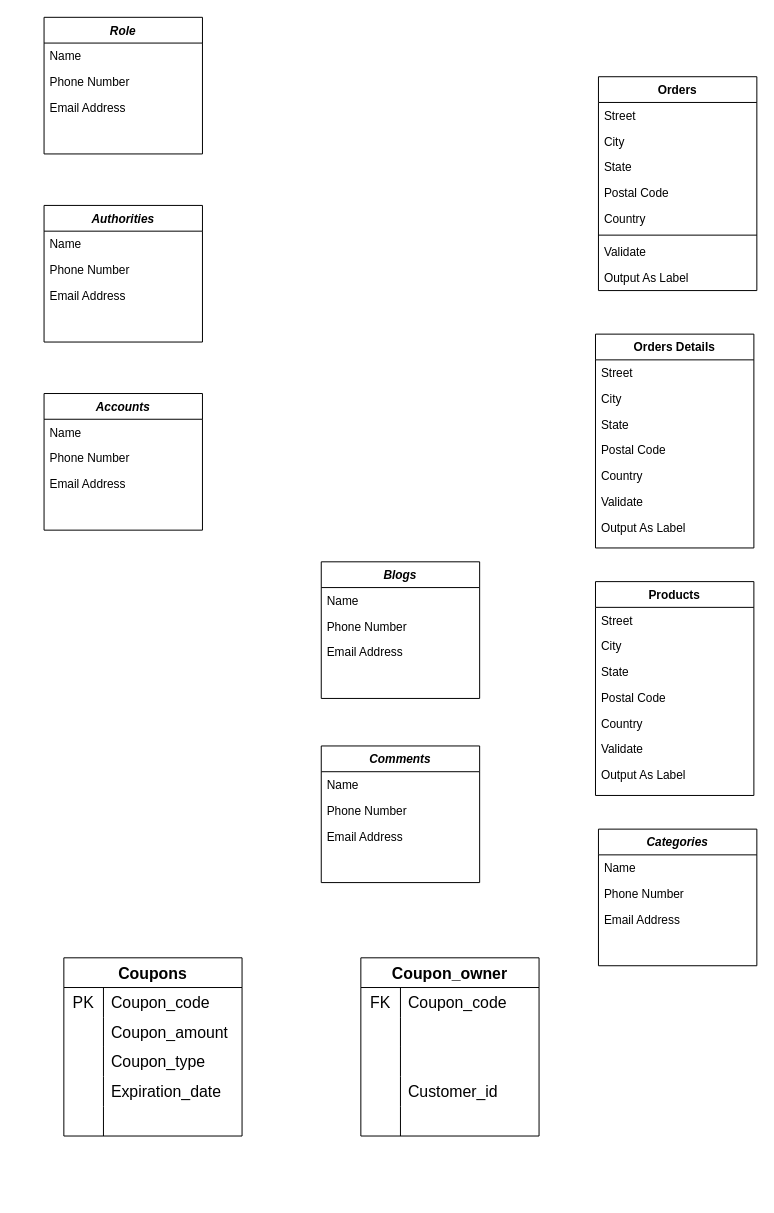
khanhnh2420/DATN-GameVH-Store keeps this draw.io diagram as DATN_Document/Biểu đồ không có tiêu đề.drawio. Above is the earlier version. Source tidied: cells renumbered, new cells numbered last; positions are measured from the earlier drawing's top-left corner, leaving out a move shared by most shapes. Both pictures are drawn from the tidied source at 99%, with x=0, y=0 at pixel (44, 17).
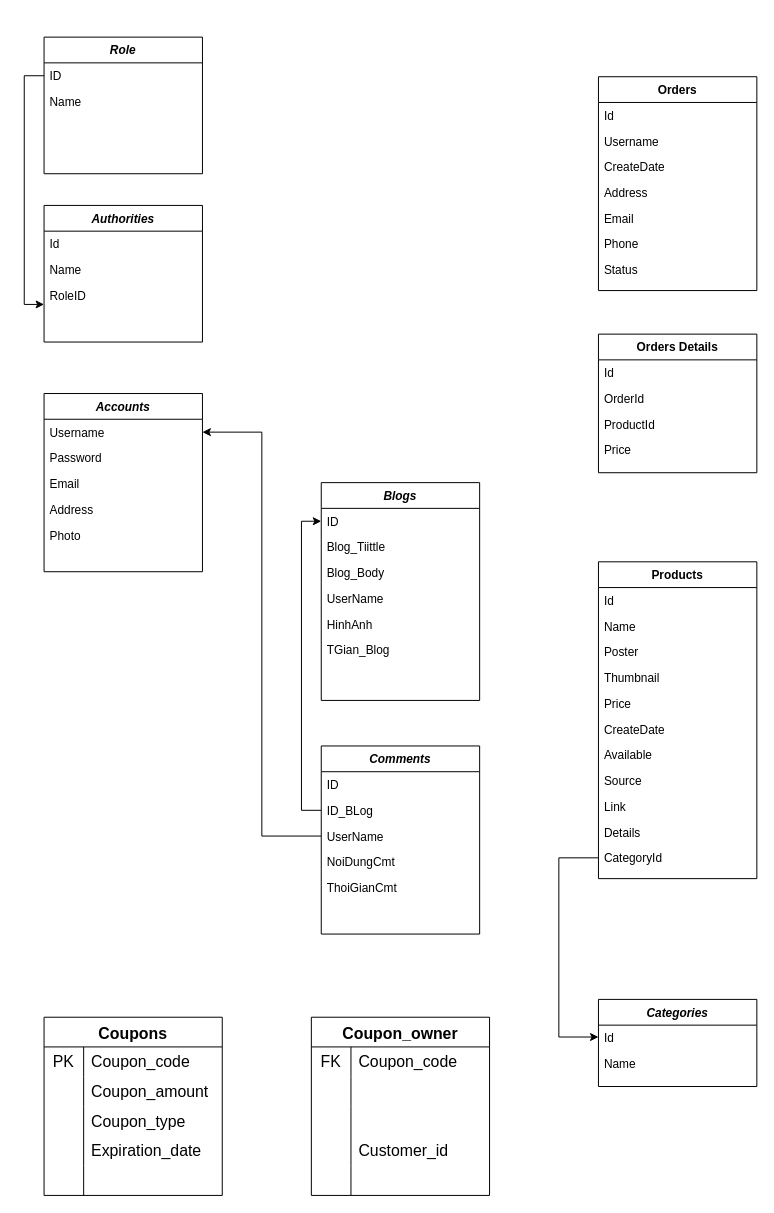
After the change.

Commit message:
Cập nhật Biểu đồ không có tiêu đề.drawio

The change refers to these unchanged cells:
```xml
<mxCell id="14" value="Orders" style="swimlane;fontStyle=1;align=center;verticalAlign=top;horizontal=1;startSize=26;rounded=0;shadow=0;strokeWidth=1;" parent="1" vertex="1">
  <mxGeometry x="560" y="60" width="160" height="216" as="geometry" />
</mxCell>
<mxCell id="31" value="Authorities" style="swimlane;fontStyle=3;align=center;verticalAlign=top;horizontal=1;startSize=26;rounded=0;shadow=0;strokeWidth=1;" parent="1" vertex="1">
  <mxGeometry y="190" width="160" height="138" as="geometry" />
</mxCell>
```

The edit, as a diff of the source:
```diff
@@
     <mxCell id="2" value="Accounts" style="swimlane;fontStyle=3;align=center;verticalAlign=top;horizontal=1;startSize=26;rounded=0;shadow=0;strokeWidth=1;" parent="1" vertex="1">
-      <mxGeometry y="380" width="160" height="138" as="geometry" />
+      <mxGeometry y="380" width="160" height="180" as="geometry" />
     </mxCell>
-    <mxCell id="3" value="Name" style="text;align=left;verticalAlign=top;spacingLeft=4;spacingRight=4;overflow=hidden;points=[[0,0.5],[1,0.5]];portConstraint=eastwest;" parent="2" vertex="1">
+    <mxCell id="3" value="Username" style="text;align=left;verticalAlign=top;spacingLeft=4;spacingRight=4;overflow=hidden;points=[[0,0.5],[1,0.5]];portConstraint=eastwest;" parent="2" vertex="1">
       <mxGeometry y="26" width="160" height="26" as="geometry" />
     </mxCell>
-    <mxCell id="4" value="Phone Number" style="text;align=left;verticalAlign=top;spacingLeft=4;spacingRight=4;overflow=hidden;rounded=0;shadow=0;html=0;" parent="2" vertex="1">
+    <mxCell id="4" value="Password" style="text;align=left;verticalAlign=top;spacingLeft=4;spacingRight=4;overflow=hidden;rounded=0;shadow=0;html=0;" parent="2" vertex="1">
       <mxGeometry y="52" width="160" height="26" as="geometry" />
     </mxCell>
-    <mxCell id="5" value="Email Address" style="text;align=left;verticalAlign=top;spacingLeft=4;spacingRight=4;overflow=hidden;rounded=0;shadow=0;html=0;" parent="2" vertex="1">
+    <mxCell id="5" value="Email" style="text;align=left;verticalAlign=top;spacingLeft=4;spacingRight=4;overflow=hidden;rounded=0;shadow=0;html=0;" parent="2" vertex="1">
       <mxGeometry y="78" width="160" height="26" as="geometry" />
     </mxCell>
+    <mxCell id="83" value="Address" style="text;align=left;verticalAlign=top;spacingLeft=4;spacingRight=4;overflow=hidden;rounded=0;shadow=0;html=0;" parent="2" vertex="1">
+      <mxGeometry y="104" width="160" height="26" as="geometry" />
+    </mxCell>
+    <mxCell id="84" value="Photo" style="text;align=left;verticalAlign=top;spacingLeft=4;spacingRight=4;overflow=hidden;rounded=0;shadow=0;html=0;" parent="2" vertex="1">
+      <mxGeometry y="130" width="160" height="26" as="geometry" />
+    </mxCell>
     <mxCell id="6" value="Products" style="swimlane;fontStyle=1;align=center;verticalAlign=top;horizontal=1;startSize=26;rounded=0;shadow=0;strokeWidth=1;" parent="1" vertex="1">
-      <mxGeometry x="557" y="570" width="160" height="216" as="geometry" />
+      <mxGeometry x="560" y="550" width="160" height="320" as="geometry" />
     </mxCell>
-    <mxCell id="7" value="Street" style="text;align=left;verticalAlign=top;spacingLeft=4;spacingRight=4;overflow=hidden;" parent="6" vertex="1">
+    <mxCell id="7" value="Id" style="text;align=left;verticalAlign=top;spacingLeft=4;spacingRight=4;overflow=hidden;" parent="6" vertex="1">
       <mxGeometry y="26" width="160" height="26" as="geometry" />
     </mxCell>
-    <mxCell id="8" value="City" style="text;align=left;verticalAlign=top;spacingLeft=4;spacingRight=4;overflow=hidden;rounded=0;shadow=0;html=0;" parent="6" vertex="1">
+    <mxCell id="8" value="Name" style="text;align=left;verticalAlign=top;spacingLeft=4;spacingRight=4;overflow=hidden;rounded=0;shadow=0;html=0;" parent="6" vertex="1">
       <mxGeometry y="52" width="160" height="26" as="geometry" />
     </mxCell>
-    <mxCell id="9" value="State" style="text;align=left;verticalAlign=top;spacingLeft=4;spacingRight=4;overflow=hidden;rounded=0;shadow=0;html=0;" parent="6" vertex="1">
+    <mxCell id="9" value="Poster" style="text;align=left;verticalAlign=top;spacingLeft=4;spacingRight=4;overflow=hidden;rounded=0;shadow=0;html=0;" parent="6" vertex="1">
       <mxGeometry y="78" width="160" height="26" as="geometry" />
     </mxCell>
-    <mxCell id="10" value="Postal Code" style="text;align=left;verticalAlign=top;spacingLeft=4;spacingRight=4;overflow=hidden;rounded=0;shadow=0;html=0;" parent="6" vertex="1">
+    <mxCell id="10" value="Thumbnail" style="text;align=left;verticalAlign=top;spacingLeft=4;spacingRight=4;overflow=hidden;rounded=0;shadow=0;html=0;" parent="6" vertex="1">
       <mxGeometry y="104" width="160" height="26" as="geometry" />
     </mxCell>
-    <mxCell id="11" value="Country" style="text;align=left;verticalAlign=top;spacingLeft=4;spacingRight=4;overflow=hidden;rounded=0;shadow=0;html=0;" parent="6" vertex="1">
+    <mxCell id="11" value="Price" style="text;align=left;verticalAlign=top;spacingLeft=4;spacingRight=4;overflow=hidden;rounded=0;shadow=0;html=0;" parent="6" vertex="1">
       <mxGeometry y="130" width="160" height="26" as="geometry" />
     </mxCell>
-    <mxCell id="12" value="Validate" style="text;align=left;verticalAlign=top;spacingLeft=4;spacingRight=4;overflow=hidden;" parent="6" vertex="1">
+    <mxCell id="12" value="CreateDate" style="text;align=left;verticalAlign=top;spacingLeft=4;spacingRight=4;overflow=hidden;" parent="6" vertex="1">
       <mxGeometry y="156" width="160" height="26" as="geometry" />
     </mxCell>
-    <mxCell id="13" value="Output As Label" style="text;align=left;verticalAlign=top;spacingLeft=4;spacingRight=4;overflow=hidden;" parent="6" vertex="1">
+    <mxCell id="13" value="Available" style="text;align=left;verticalAlign=top;spacingLeft=4;spacingRight=4;overflow=hidden;" parent="6" vertex="1">
       <mxGeometry y="182" width="160" height="26" as="geometry" />
     </mxCell>
+    <mxCell id="85" value="Source" style="text;align=left;verticalAlign=top;spacingLeft=4;spacingRight=4;overflow=hidden;" parent="6" vertex="1">
+      <mxGeometry y="208" width="160" height="26" as="geometry" />
+    </mxCell>
+    <mxCell id="86" value="Link" style="text;align=left;verticalAlign=top;spacingLeft=4;spacingRight=4;overflow=hidden;" parent="6" vertex="1">
+      <mxGeometry y="234" width="160" height="26" as="geometry" />
+    </mxCell>
+    <mxCell id="87" value="Details" style="text;align=left;verticalAlign=top;spacingLeft=4;spacingRight=4;overflow=hidden;" parent="6" vertex="1">
+      <mxGeometry y="260" width="160" height="26" as="geometry" />
+    </mxCell>
+    <mxCell id="88" value="CategoryId" style="text;align=left;verticalAlign=top;spacingLeft=4;spacingRight=4;overflow=hidden;points=[[0,0.5],[1,0.5]];portConstraint=eastwest;" parent="6" vertex="1">
+      <mxGeometry y="286" width="160" height="26" as="geometry" />
+    </mxCell>
@@
-    <mxCell id="15" value="Street" style="text;align=left;verticalAlign=top;spacingLeft=4;spacingRight=4;overflow=hidden;" parent="14" vertex="1">
+    <mxCell id="15" value="Id" style="text;align=left;verticalAlign=top;spacingLeft=4;spacingRight=4;overflow=hidden;" parent="14" vertex="1">
       <mxGeometry y="26" width="160" height="26" as="geometry" />
     </mxCell>
-    <mxCell id="16" value="City" style="text;align=left;verticalAlign=top;spacingLeft=4;spacingRight=4;overflow=hidden;rounded=0;shadow=0;html=0;" parent="14" vertex="1">
+    <mxCell id="16" value="Username" style="text;align=left;verticalAlign=top;spacingLeft=4;spacingRight=4;overflow=hidden;rounded=0;shadow=0;html=0;" parent="14" vertex="1">
       <mxGeometry y="52" width="160" height="26" as="geometry" />
     </mxCell>
-    <mxCell id="17" value="State" style="text;align=left;verticalAlign=top;spacingLeft=4;spacingRight=4;overflow=hidden;rounded=0;shadow=0;html=0;" parent="14" vertex="1">
+    <mxCell id="17" value="CreateDate" style="text;align=left;verticalAlign=top;spacingLeft=4;spacingRight=4;overflow=hidden;rounded=0;shadow=0;html=0;" parent="14" vertex="1">
       <mxGeometry y="78" width="160" height="26" as="geometry" />
     </mxCell>
-    <mxCell id="18" value="Postal Code" style="text;align=left;verticalAlign=top;spacingLeft=4;spacingRight=4;overflow=hidden;rounded=0;shadow=0;html=0;" parent="14" vertex="1">
+    <mxCell id="18" value="Address" style="text;align=left;verticalAlign=top;spacingLeft=4;spacingRight=4;overflow=hidden;rounded=0;shadow=0;html=0;" parent="14" vertex="1">
       <mxGeometry y="104" width="160" height="26" as="geometry" />
     </mxCell>
-    <mxCell id="19" value="Country" style="text;align=left;verticalAlign=top;spacingLeft=4;spacingRight=4;overflow=hidden;rounded=0;shadow=0;html=0;" parent="14" vertex="1">
+    <mxCell id="19" value="Email" style="text;align=left;verticalAlign=top;spacingLeft=4;spacingRight=4;overflow=hidden;rounded=0;shadow=0;html=0;" parent="14" vertex="1">
       <mxGeometry y="130" width="160" height="26" as="geometry" />
     </mxCell>
-    <mxCell id="20" style="line;html=1;strokeWidth=1;align=left;verticalAlign=middle;spacingTop=-1;spacingLeft=3;spacingRight=3;labelPosition=right;" parent="14" vertex="1">
-      <mxGeometry y="156" width="160" height="8" as="geometry" />
-    </mxCell>
-    <mxCell id="21" value="Validate" style="text;align=left;verticalAlign=top;spacingLeft=4;spacingRight=4;overflow=hidden;" parent="14" vertex="1">
-      <mxGeometry y="164" width="160" height="26" as="geometry" />
+    <mxCell id="21" value="Phone" style="text;align=left;verticalAlign=top;spacingLeft=4;spacingRight=4;overflow=hidden;" parent="14" vertex="1">
+      <mxGeometry y="156" width="160" height="26" as="geometry" />
     </mxCell>
-    <mxCell id="22" value="Output As Label" style="text;align=left;verticalAlign=top;spacingLeft=4;spacingRight=4;overflow=hidden;" parent="14" vertex="1">
-      <mxGeometry y="190" width="160" height="26" as="geometry" />
+    <mxCell id="22" value="Status" style="text;align=left;verticalAlign=top;spacingLeft=4;spacingRight=4;overflow=hidden;" parent="14" vertex="1">
+      <mxGeometry y="182" width="160" height="26" as="geometry" />
     </mxCell>
     <mxCell id="23" value="Orders Details" style="swimlane;fontStyle=1;align=center;verticalAlign=top;horizontal=1;startSize=26;rounded=0;shadow=0;strokeWidth=1;" parent="1" vertex="1">
-      <mxGeometry x="557" y="320" width="160" height="216" as="geometry" />
+      <mxGeometry x="560" y="320" width="160" height="140" as="geometry" />
     </mxCell>
-    <mxCell id="24" value="Street" style="text;align=left;verticalAlign=top;spacingLeft=4;spacingRight=4;overflow=hidden;" parent="23" vertex="1">
+    <mxCell id="24" value="Id" style="text;align=left;verticalAlign=top;spacingLeft=4;spacingRight=4;overflow=hidden;" parent="23" vertex="1">
       <mxGeometry y="26" width="160" height="26" as="geometry" />
     </mxCell>
-    <mxCell id="25" value="City" style="text;align=left;verticalAlign=top;spacingLeft=4;spacingRight=4;overflow=hidden;rounded=0;shadow=0;html=0;" parent="23" vertex="1">
+    <mxCell id="25" value="OrderId" style="text;align=left;verticalAlign=top;spacingLeft=4;spacingRight=4;overflow=hidden;rounded=0;shadow=0;html=0;" parent="23" vertex="1">
       <mxGeometry y="52" width="160" height="26" as="geometry" />
     </mxCell>
-    <mxCell id="26" value="State" style="text;align=left;verticalAlign=top;spacingLeft=4;spacingRight=4;overflow=hidden;rounded=0;shadow=0;html=0;" parent="23" vertex="1">
+    <mxCell id="26" value="ProductId" style="text;align=left;verticalAlign=top;spacingLeft=4;spacingRight=4;overflow=hidden;rounded=0;shadow=0;html=0;" parent="23" vertex="1">
       <mxGeometry y="78" width="160" height="26" as="geometry" />
     </mxCell>
-    <mxCell id="27" value="Postal Code" style="text;align=left;verticalAlign=top;spacingLeft=4;spacingRight=4;overflow=hidden;rounded=0;shadow=0;html=0;" parent="23" vertex="1">
+    <mxCell id="27" value="Price" style="text;align=left;verticalAlign=top;spacingLeft=4;spacingRight=4;overflow=hidden;rounded=0;shadow=0;html=0;" parent="23" vertex="1">
       <mxGeometry y="104" width="160" height="26" as="geometry" />
     </mxCell>
-    <mxCell id="28" value="Country" style="text;align=left;verticalAlign=top;spacingLeft=4;spacingRight=4;overflow=hidden;rounded=0;shadow=0;html=0;" parent="23" vertex="1">
-      <mxGeometry y="130" width="160" height="26" as="geometry" />
-    </mxCell>
-    <mxCell id="29" value="Validate" style="text;align=left;verticalAlign=top;spacingLeft=4;spacingRight=4;overflow=hidden;" parent="23" vertex="1">
-      <mxGeometry y="156" width="160" height="26" as="geometry" />
-    </mxCell>
-    <mxCell id="30" value="Output As Label" style="text;align=left;verticalAlign=top;spacingLeft=4;spacingRight=4;overflow=hidden;" parent="23" vertex="1">
-      <mxGeometry y="182" width="160" height="26" as="geometry" />
-    </mxCell>
@@
+    <mxCell id="33" value="Id" style="text;align=left;verticalAlign=top;spacingLeft=4;spacingRight=4;overflow=hidden;rounded=0;shadow=0;html=0;" parent="31" vertex="1">
+      <mxGeometry y="26" width="160" height="26" as="geometry" />
+    </mxCell>
     <mxCell id="32" value="Name" style="text;align=left;verticalAlign=top;spacingLeft=4;spacingRight=4;overflow=hidden;" parent="31" vertex="1">
-      <mxGeometry y="26" width="160" height="26" as="geometry" />
+      <mxGeometry y="52" width="160" height="26" as="geometry" />
     </mxCell>
-    <mxCell id="33" value="Phone Number" style="text;align=left;verticalAlign=top;spacingLeft=4;spacingRight=4;overflow=hidden;rounded=0;shadow=0;html=0;" parent="31" vertex="1">
-      <mxGeometry y="52" width="160" height="26" as="geometry" />
-    </mxCell>
-    <mxCell id="34" value="Email Address" style="text;align=left;verticalAlign=top;spacingLeft=4;spacingRight=4;overflow=hidden;rounded=0;shadow=0;html=0;" parent="31" vertex="1">
+    <mxCell id="34" value="RoleID" style="text;align=left;verticalAlign=top;spacingLeft=4;spacingRight=4;overflow=hidden;rounded=0;shadow=0;html=0;" parent="31" vertex="1">
       <mxGeometry y="78" width="160" height="26" as="geometry" />
     </mxCell>
     <mxCell id="35" value="Role" style="swimlane;fontStyle=3;align=center;verticalAlign=top;horizontal=1;startSize=26;rounded=0;shadow=0;strokeWidth=1;" parent="1" vertex="1">
-      <mxGeometry width="160" height="138" as="geometry" />
+      <mxGeometry y="20" width="160" height="138" as="geometry" />
     </mxCell>
+    <mxCell id="89" style="edgeStyle=orthogonalEdgeStyle;rounded=0;jettySize=auto;html=1;" parent="35" edge="1" source="37">
+      <mxGeometry relative="1" as="geometry">
+        <mxPoint y="270" as="targetPoint" />
+        <Array as="points">
+          <mxPoint x="-20" y="39" />
+          <mxPoint x="-20" y="270" />
+        </Array>
+      </mxGeometry>
+    </mxCell>
+    <mxCell id="37" value="ID" style="text;align=left;verticalAlign=top;spacingLeft=4;spacingRight=4;overflow=hidden;points=[[0,0.5],[1,0.5]];portConstraint=eastwest;rounded=0;shadow=0;html=0;" parent="35" vertex="1">
+      <mxGeometry y="26" width="160" height="26" as="geometry" />
+    </mxCell>
     <mxCell id="36" value="Name" style="text;align=left;verticalAlign=top;spacingLeft=4;spacingRight=4;overflow=hidden;" parent="35" vertex="1">
-      <mxGeometry y="26" width="160" height="26" as="geometry" />
+      <mxGeometry y="52" width="160" height="26" as="geometry" />
     </mxCell>
-    <mxCell id="37" value="Phone Number" style="text;align=left;verticalAlign=top;spacingLeft=4;spacingRight=4;overflow=hidden;points=[[0,0.5],[1,0.5]];portConstraint=eastwest;rounded=0;shadow=0;html=0;" parent="35" vertex="1">
-      <mxGeometry y="52" width="160" height="26" as="geometry" />
-    </mxCell>
-    <mxCell id="38" value="Email Address" style="text;align=left;verticalAlign=top;spacingLeft=4;spacingRight=4;overflow=hidden;rounded=0;shadow=0;html=0;" parent="35" vertex="1">
-      <mxGeometry y="78" width="160" height="26" as="geometry" />
-    </mxCell>
     <mxCell id="39" value="Categories" style="swimlane;fontStyle=3;align=center;verticalAlign=top;horizontal=1;startSize=26;rounded=0;shadow=0;strokeWidth=1;" parent="1" vertex="1">
-      <mxGeometry x="560" y="820" width="160" height="138" as="geometry" />
+      <mxGeometry x="560" y="992" width="160" height="88" as="geometry" />
     </mxCell>
-    <mxCell id="40" value="Name" style="text;align=left;verticalAlign=top;spacingLeft=4;spacingRight=4;overflow=hidden;" parent="39" vertex="1">
+    <mxCell id="40" value="Id" style="text;align=left;verticalAlign=top;spacingLeft=4;spacingRight=4;overflow=hidden;" parent="39" vertex="1">
       <mxGeometry y="26" width="160" height="26" as="geometry" />
     </mxCell>
-    <mxCell id="41" value="Phone Number" style="text;align=left;verticalAlign=top;spacingLeft=4;spacingRight=4;overflow=hidden;rounded=0;shadow=0;html=0;" parent="39" vertex="1">
+    <mxCell id="41" value="Name" style="text;align=left;verticalAlign=top;spacingLeft=4;spacingRight=4;overflow=hidden;rounded=0;shadow=0;html=0;" parent="39" vertex="1">
       <mxGeometry y="52" width="160" height="26" as="geometry" />
     </mxCell>
-    <mxCell id="42" value="Email Address" style="text;align=left;verticalAlign=top;spacingLeft=4;spacingRight=4;overflow=hidden;rounded=0;shadow=0;html=0;" parent="39" vertex="1">
-      <mxGeometry y="78" width="160" height="26" as="geometry" />
-    </mxCell>
     <mxCell id="43" value="Blogs" style="swimlane;fontStyle=3;align=center;verticalAlign=top;horizontal=1;startSize=26;rounded=0;shadow=0;strokeWidth=1;" parent="1" vertex="1">
-      <mxGeometry x="280" y="550" width="160" height="138" as="geometry" />
+      <mxGeometry x="280" y="470" width="160" height="220" as="geometry" />
     </mxCell>
-    <mxCell id="44" value="Name" style="text;align=left;verticalAlign=top;spacingLeft=4;spacingRight=4;overflow=hidden;points=[[0,0.5],[1,0.5]];portConstraint=eastwest;" parent="43" vertex="1">
+    <mxCell id="44" value="ID" style="text;align=left;verticalAlign=top;spacingLeft=4;spacingRight=4;overflow=hidden;points=[[0,0.5],[1,0.5]];portConstraint=eastwest;" parent="43" vertex="1">
       <mxGeometry y="26" width="160" height="26" as="geometry" />
     </mxCell>
-    <mxCell id="45" value="Phone Number" style="text;align=left;verticalAlign=top;spacingLeft=4;spacingRight=4;overflow=hidden;rounded=0;shadow=0;html=0;" parent="43" vertex="1">
+    <mxCell id="45" value="Blog_Tiittle" style="text;align=left;verticalAlign=top;spacingLeft=4;spacingRight=4;overflow=hidden;rounded=0;shadow=0;html=0;" parent="43" vertex="1">
       <mxGeometry y="52" width="160" height="26" as="geometry" />
     </mxCell>
-    <mxCell id="46" value="Email Address" style="text;align=left;verticalAlign=top;spacingLeft=4;spacingRight=4;overflow=hidden;rounded=0;shadow=0;html=0;" parent="43" vertex="1">
+    <mxCell id="46" value="Blog_Body&#10;" style="text;align=left;verticalAlign=top;spacingLeft=4;spacingRight=4;overflow=hidden;rounded=0;shadow=0;html=0;" parent="43" vertex="1">
       <mxGeometry y="78" width="160" height="26" as="geometry" />
     </mxCell>
+    <mxCell id="90" value="UserName" style="text;align=left;verticalAlign=top;spacingLeft=4;spacingRight=4;overflow=hidden;rounded=0;shadow=0;html=0;" parent="43" vertex="1">
+      <mxGeometry y="104" width="160" height="26" as="geometry" />
+    </mxCell>
+    <mxCell id="91" value="HinhAnh" style="text;align=left;verticalAlign=top;spacingLeft=4;spacingRight=4;overflow=hidden;rounded=0;shadow=0;html=0;" parent="43" vertex="1">
+      <mxGeometry y="130" width="160" height="26" as="geometry" />
+    </mxCell>
+    <mxCell id="92" value="TGian_Blog" style="text;align=left;verticalAlign=top;spacingLeft=4;spacingRight=4;overflow=hidden;rounded=0;shadow=0;html=0;" parent="43" vertex="1">
+      <mxGeometry y="156" width="160" height="26" as="geometry" />
+    </mxCell>
     <mxCell id="47" value="Comments" style="swimlane;fontStyle=3;align=center;verticalAlign=top;horizontal=1;startSize=26;rounded=0;shadow=0;strokeWidth=1;" parent="1" vertex="1">
-      <mxGeometry x="280" y="736" width="160" height="138" as="geometry" />
+      <mxGeometry x="280" y="736" width="160" height="190" as="geometry" />
     </mxCell>
-    <mxCell id="48" value="Name" style="text;align=left;verticalAlign=top;spacingLeft=4;spacingRight=4;overflow=hidden;" parent="47" vertex="1">
-      <mxGeometry y="26" width="160" height="26" as="geometry" />
-    </mxCell>
-    <mxCell id="49" value="Phone Number" style="text;align=left;verticalAlign=top;spacingLeft=4;spacingRight=4;overflow=hidden;rounded=0;shadow=0;html=0;" parent="47" vertex="1">
-      <mxGeometry y="52" width="160" height="26" as="geometry" />
-    </mxCell>
+    <mxCell id="93" value="ID" style="text;align=left;verticalAlign=top;spacingLeft=4;spacingRight=4;overflow=hidden;" parent="47" vertex="1">
+      <mxGeometry y="26" width="160" height="26" as="geometry" />
+    </mxCell>
-    <mxCell id="50" value="Email Address" style="text;align=left;verticalAlign=top;spacingLeft=4;spacingRight=4;overflow=hidden;points=[[0,0.5],[1,0.5]];portConstraint=eastwest;rounded=0;shadow=0;html=0;" parent="47" vertex="1">
-      <mxGeometry y="78" width="160" height="26" as="geometry" />
+    <mxCell id="50" value="ID_BLog" style="text;align=left;verticalAlign=top;spacingLeft=4;spacingRight=4;overflow=hidden;points=[[0,0.5],[1,0.5]];portConstraint=eastwest;rounded=0;shadow=0;html=0;" parent="47" vertex="1">
+      <mxGeometry y="52" width="160" height="26" as="geometry" />
     </mxCell>
+    <mxCell id="94" value="UserName" style="text;align=left;verticalAlign=top;spacingLeft=4;spacingRight=4;overflow=hidden;points=[[0,0.5],[1,0.5]];portConstraint=eastwest;rounded=0;shadow=0;html=0;" parent="47" vertex="1">
+      <mxGeometry y="78" width="160" height="26" as="geometry" />
+    </mxCell>
+    <mxCell id="95" value="NoiDungCmt" style="text;align=left;verticalAlign=top;spacingLeft=4;spacingRight=4;overflow=hidden;" parent="47" vertex="1">
+      <mxGeometry y="104" width="160" height="26" as="geometry" />
+    </mxCell>
+    <mxCell id="96" value="ThoiGianCmt" style="text;align=left;verticalAlign=top;spacingLeft=4;spacingRight=4;overflow=hidden;" parent="47" vertex="1">
+      <mxGeometry y="130" width="160" height="26" as="geometry" />
+    </mxCell>
     <mxCell id="51" value="Coupons" style="shape=table;startSize=30;childLayout=tableLayout;rowLines=0;fontStyle=1;strokeColor=default;fontSize=16;" parent="1" vertex="1">
-      <mxGeometry x="20" y="950" width="180" height="180" as="geometry" />
+      <mxGeometry y="1010" width="180" height="180" as="geometry" />
     </mxCell>
@@
     <mxCell id="67" value="Coupon_owner" style="shape=table;startSize=30;childLayout=tableLayout;rowLines=0;fontStyle=1;strokeColor=default;fontSize=16;" parent="1" vertex="1">
-      <mxGeometry x="320" y="950" width="180" height="180" as="geometry" />
+      <mxGeometry x="270" y="1010" width="180" height="180" as="geometry" />
     </mxCell>
@@
+    <mxCell id="97" style="edgeStyle=orthogonalEdgeStyle;rounded=0;jettySize=auto;html=1;entryX=0;entryY=0.5;entryDx=0;entryDy=0;" parent="1" edge="1" source="50" target="44">
+      <mxGeometry relative="1" as="geometry" />
+    </mxCell>
+    <mxCell id="98" style="edgeStyle=orthogonalEdgeStyle;rounded=0;jettySize=auto;html=1;" parent="1" edge="1" source="94" target="3">
+      <mxGeometry relative="1" as="geometry" />
+    </mxCell>
+    <mxCell id="99" style="edgeStyle=orthogonalEdgeStyle;rounded=0;jettySize=auto;html=1;" parent="1" edge="1" source="88">
+      <mxGeometry relative="1" as="geometry">
+        <mxPoint x="560" y="1030" as="targetPoint" />
+        <Array as="points">
+          <mxPoint x="520" y="849" />
+          <mxPoint x="520" y="1030" />
+          <mxPoint x="561" y="1030" />
+        </Array>
+      </mxGeometry>
+    </mxCell>
```
